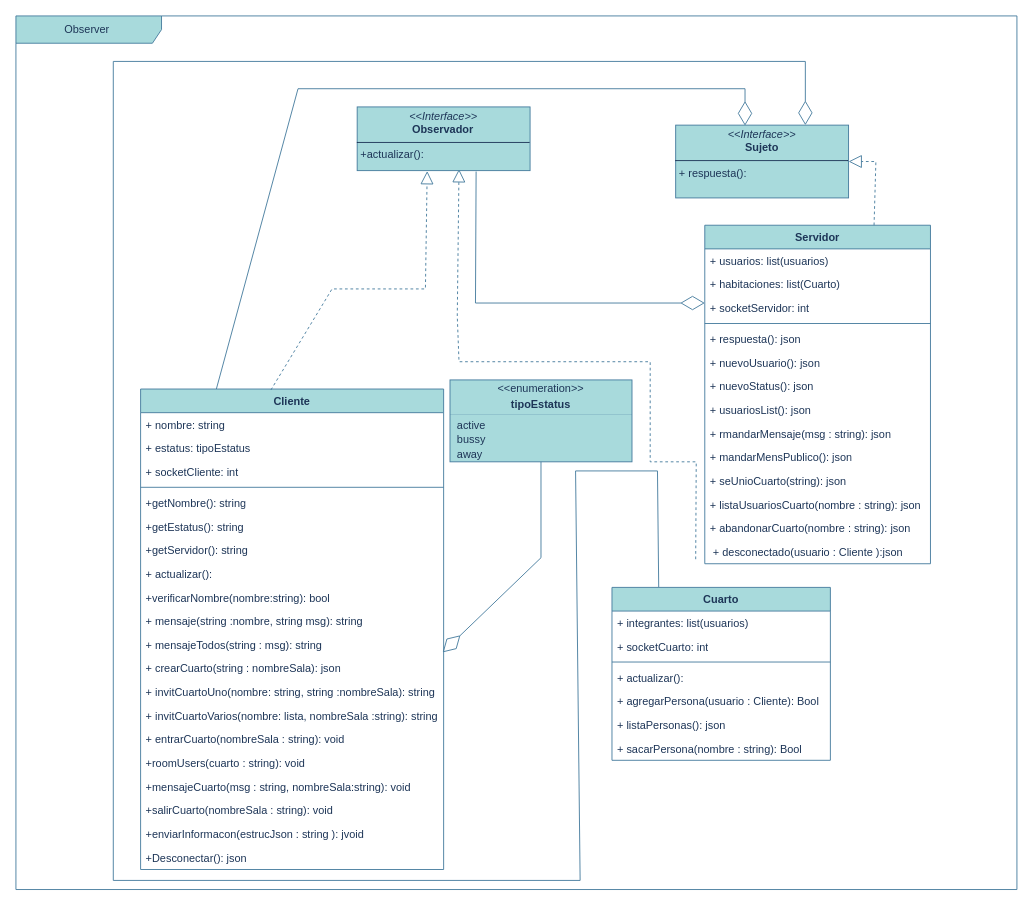
Above: docs/Mensajeria.drawio in Sergio09XJ/Servicio-Mensajeria (draw.io), before the change. Source tidied: cells renumbered, new cells numbered last; positions are measured from the earlier drawing's top-left corner, leaving out a move shared by most shapes. Both pictures are drawn from the tidied source at 91%, with x=0, y=0 at pixel (15, 15).
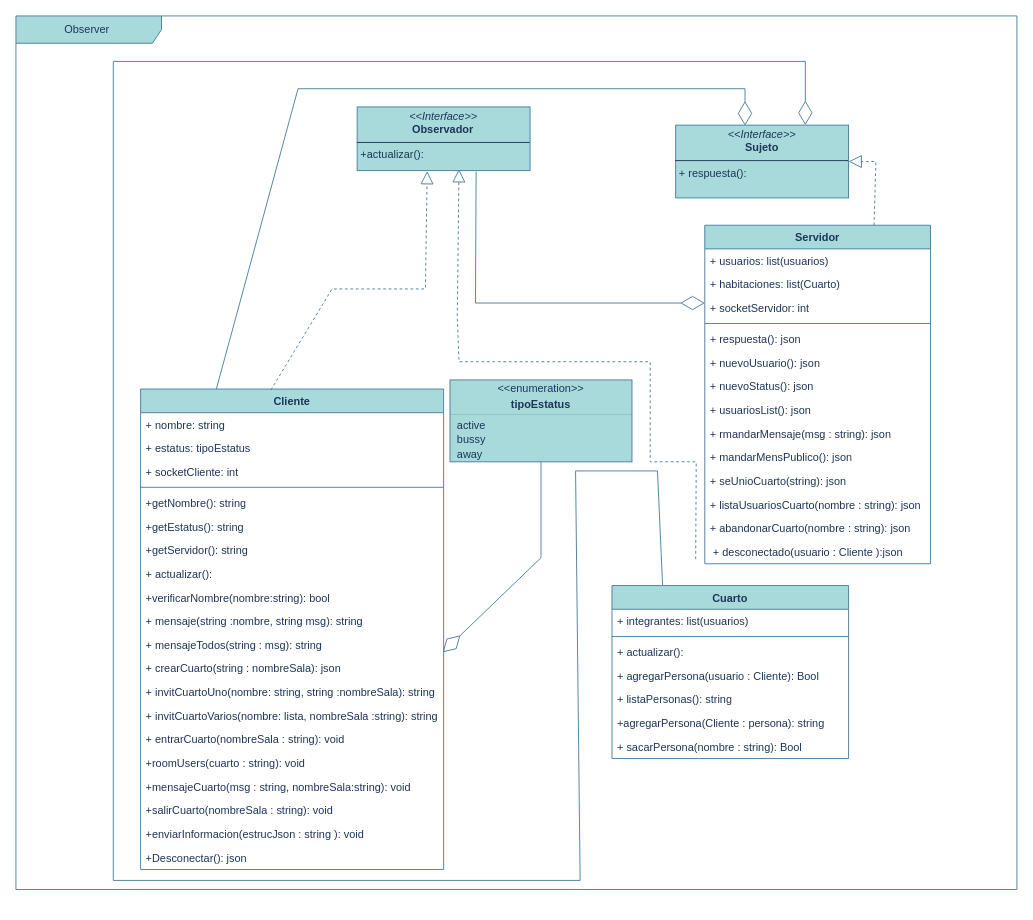
The same page after the edit.

Commit message (it also covers changes not shown here):
docs : Modificamos el UML en base a las necesidades de Cuarto.

The change refers to these unchanged cells:
```xml
<mxCell id="2" value="Cliente" style="swimlane;fontStyle=1;align=center;verticalAlign=top;horizontal=1;startSize=26;whiteSpace=wrap;html=1;labelBackgroundColor=none;fillColor=#A8DADC;strokeColor=#457B9D;fontColor=#1D3557;" parent="1" vertex="1">
  <mxGeometry x="137" y="410" width="333" height="528" as="geometry" />
</mxCell>
<mxCell id="54" value="Observer&amp;nbsp;" style="shape=umlFrame;whiteSpace=wrap;html=1;width=160;fillColor=#A8DADC;strokeColor=#457B9D;labelBackgroundColor=none;fontColor=#1D3557;" parent="1" vertex="1">
  <mxGeometry width="1100" height="960" as="geometry" />
</mxCell>
```

What changed in the source:
```diff
@@
-    <mxCell id="21" value="+enviarInformacon(estrucJson : string ): jvoid" style="text;strokeColor=none;fillColor=none;align=left;verticalAlign=top;spacingLeft=4;spacingRight=4;overflow=hidden;whiteSpace=wrap;html=1;labelBackgroundColor=none;fontColor=#1D3557;" parent="2" vertex="1">
+    <mxCell id="21" value="+enviarInformacion(estrucJson : string ): void" style="text;strokeColor=none;fillColor=none;align=left;verticalAlign=top;spacingLeft=4;spacingRight=4;overflow=hidden;whiteSpace=wrap;html=1;labelBackgroundColor=none;fontColor=#1D3557;" parent="2" vertex="1">
       <mxGeometry y="476" width="333" height="26" as="geometry" />
     </mxCell>
@@
     <mxCell id="55" value="Cuarto&lt;div&gt;&lt;br&gt;&lt;/div&gt;" style="swimlane;fontStyle=1;align=center;verticalAlign=top;horizontal=1;startSize=26;whiteSpace=wrap;html=1;labelBackgroundColor=none;fillColor=#A8DADC;strokeColor=#457B9D;fontColor=#1D3557;" parent="54" vertex="1">
-      <mxGeometry x="655" y="628" width="240" height="190" as="geometry" />
+      <mxGeometry x="655" y="626" width="260" height="190" as="geometry" />
     </mxCell>
     <mxCell id="56" value="+ integrantes: list(usuarios)" style="text;strokeColor=none;fillColor=none;align=left;verticalAlign=top;spacingLeft=4;spacingRight=4;overflow=hidden;whiteSpace=wrap;html=1;labelBackgroundColor=none;fontColor=#1D3557;" parent="55" vertex="1">
-      <mxGeometry y="26" width="240" height="26" as="geometry" />
+      <mxGeometry y="26" width="260" height="26" as="geometry" />
     </mxCell>
-    <mxCell id="57" value="+ socketCuarto: int" style="text;strokeColor=none;fillColor=none;align=left;verticalAlign=top;spacingLeft=4;spacingRight=4;overflow=hidden;whiteSpace=wrap;html=1;labelBackgroundColor=none;fontColor=#1D3557;" parent="55" vertex="1">
-      <mxGeometry y="52" width="240" height="26" as="geometry" />
-    </mxCell>
     <mxCell id="58" style="line;strokeWidth=1;fillColor=none;align=left;verticalAlign=middle;spacingTop=-1;spacingLeft=3;spacingRight=3;labelPosition=right;strokeColor=#457B9D;labelBackgroundColor=none;fontColor=#1D3557;" parent="55" vertex="1">
-      <mxGeometry y="78" width="240" height="8" as="geometry" />
+      <mxGeometry y="52" width="260" height="8" as="geometry" />
     </mxCell>
     <mxCell id="59" value="+ actualizar():" style="text;strokeColor=none;fillColor=none;align=left;verticalAlign=top;spacingLeft=4;spacingRight=4;overflow=hidden;whiteSpace=wrap;html=1;labelBackgroundColor=none;fontColor=#1D3557;" parent="55" vertex="1">
-      <mxGeometry y="86" width="240" height="26" as="geometry" />
+      <mxGeometry y="60" width="260" height="26" as="geometry" />
     </mxCell>
     <mxCell id="60" value="+ agregarPersona(usuario : Cliente): Bool" style="text;strokeColor=none;fillColor=none;align=left;verticalAlign=top;spacingLeft=4;spacingRight=4;overflow=hidden;whiteSpace=wrap;html=1;labelBackgroundColor=none;fontColor=#1D3557;" parent="55" vertex="1">
-      <mxGeometry y="112" width="240" height="26" as="geometry" />
+      <mxGeometry y="86" width="260" height="26" as="geometry" />
     </mxCell>
-    <mxCell id="61" value="+ listaPersonas(): json" style="text;strokeColor=none;fillColor=none;align=left;verticalAlign=top;spacingLeft=4;spacingRight=4;overflow=hidden;whiteSpace=wrap;html=1;labelBackgroundColor=none;fontColor=#1D3557;" parent="55" vertex="1">
-      <mxGeometry y="138" width="240" height="26" as="geometry" />
+    <mxCell id="61" value="+ listaPersonas(): string" style="text;strokeColor=none;fillColor=none;align=left;verticalAlign=top;spacingLeft=4;spacingRight=4;overflow=hidden;whiteSpace=wrap;html=1;labelBackgroundColor=none;fontColor=#1D3557;" parent="55" vertex="1">
+      <mxGeometry y="112" width="260" height="26" as="geometry" />
     </mxCell>
+    <mxCell id="63" value="+agregarPersona(Cliente : persona): string" style="text;strokeColor=none;fillColor=none;align=left;verticalAlign=top;spacingLeft=4;spacingRight=4;overflow=hidden;whiteSpace=wrap;html=1;labelBackgroundColor=none;fontColor=#1D3557;" parent="55" vertex="1">
+      <mxGeometry y="138" width="260" height="26" as="geometry" />
+    </mxCell>
     <mxCell id="62" value="+ sacarPersona(nombre : string): Bool" style="text;strokeColor=none;fillColor=none;align=left;verticalAlign=top;spacingLeft=4;spacingRight=4;overflow=hidden;whiteSpace=wrap;html=1;labelBackgroundColor=none;fontColor=#1D3557;" parent="55" vertex="1">
-      <mxGeometry y="164" width="240" height="26" as="geometry" />
+      <mxGeometry y="164" width="260" height="26" as="geometry" />
     </mxCell>
```
